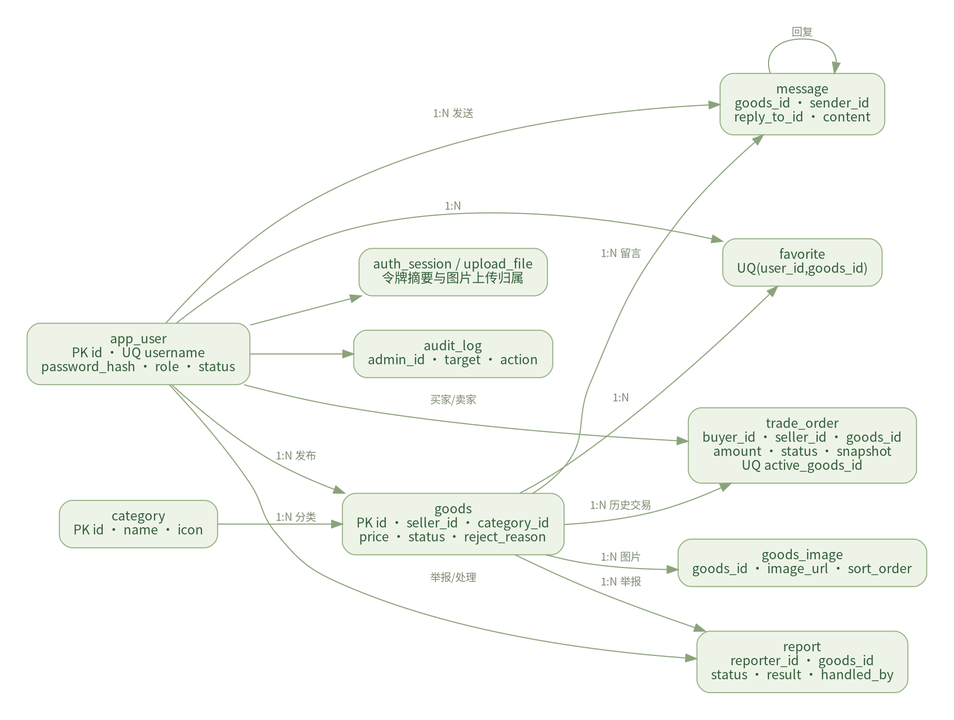
xiangjinxia/boss keeps this Graphviz diagram as docs/diagrams/02-er.png. Above is the earlier version. Its source is kept beside it as docs/diagrams/02-er.dot. The source it was exported from:
```dot
digraph G {
graph [bgcolor="white",pad="0.35",nodesep="0.45",ranksep="0.65",dpi=150,fontname="Noto Sans CJK SC"];
node [shape=box,style="rounded,filled",fillcolor="#edf4e7",color="#9ab28a",fontcolor="#315c38",fontname="Noto Sans CJK SC",fontsize=12,margin="0.18,0.12"];
edge [color="#8ba37b",fontcolor="#7c8b71",fontname="Noto Sans CJK SC",fontsize=10];
rankdir=LR;
 user[label="app_user
PK id · UQ username
password_hash · role · status"];
 category[label="category
PK id · name · icon"];
 goods[label="goods
PK id · seller_id · category_id
price · status · reject_reason"];
 image[label="goods_image
goods_id · image_url · sort_order"];
 favorite[label="favorite
UQ(user_id,goods_id)"];
 message[label="message
goods_id · sender_id
reply_to_id · content"];
 order[label="trade_order
buyer_id · seller_id · goods_id
amount · status · snapshot
UQ active_goods_id"];
 report[label="report
reporter_id · goods_id
status · result · handled_by"];
 session[label="auth_session / upload_file
令牌摘要与图片上传归属"];
 audit[label="audit_log
admin_id · target · action"];
 user -> goods [label="1:N 发布"];
 category -> goods [label="1:N 分类"];
 goods -> image [label="1:N 图片"];
 user -> favorite [label="1:N"];
 goods -> favorite [label="1:N"];
 goods -> message [label="1:N 留言"];
 user -> message [label="1:N 发送"];
 message -> message [label="回复"];
 goods -> order [label="1:N 历史交易"];
 user -> order [label="买家/卖家"];
 goods -> report [label="1:N 举报"];
 user -> report [label="举报/处理"];
 user -> session;
 user -> audit;

}
```
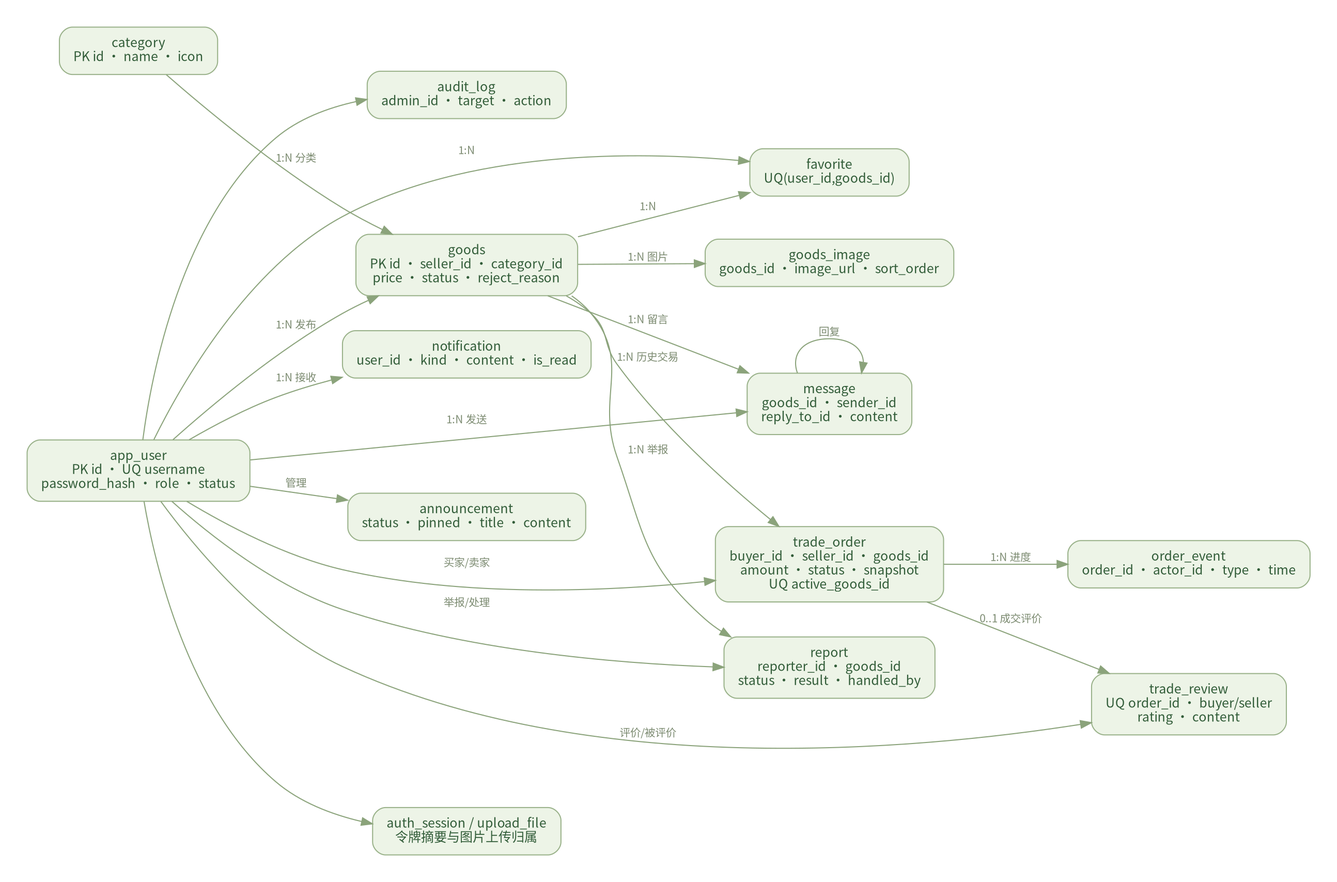
The same file after the commit.

What changed in the source:
```diff
@@ -43,5 +43,20 @@
  user -> report [label="举报/处理"];
  user -> session;
  user -> audit;
+ review[label="trade_review
+UQ order_id · buyer/seller
+rating · content"];
+ event[label="order_event
+order_id · actor_id · type · time"];
+ notification[label="notification
+user_id · kind · content · is_read"];
+ announcement[label="announcement
+status · pinned · title · content"];
+ order -> review [label="0..1 成交评价"];
+ user -> review [label="评价/被评价"];
+ order -> event [label="1:N 进度"];
+ user -> notification [label="1:N 接收"];
+ user -> announcement [label="管理"];
+
 
 }
```
